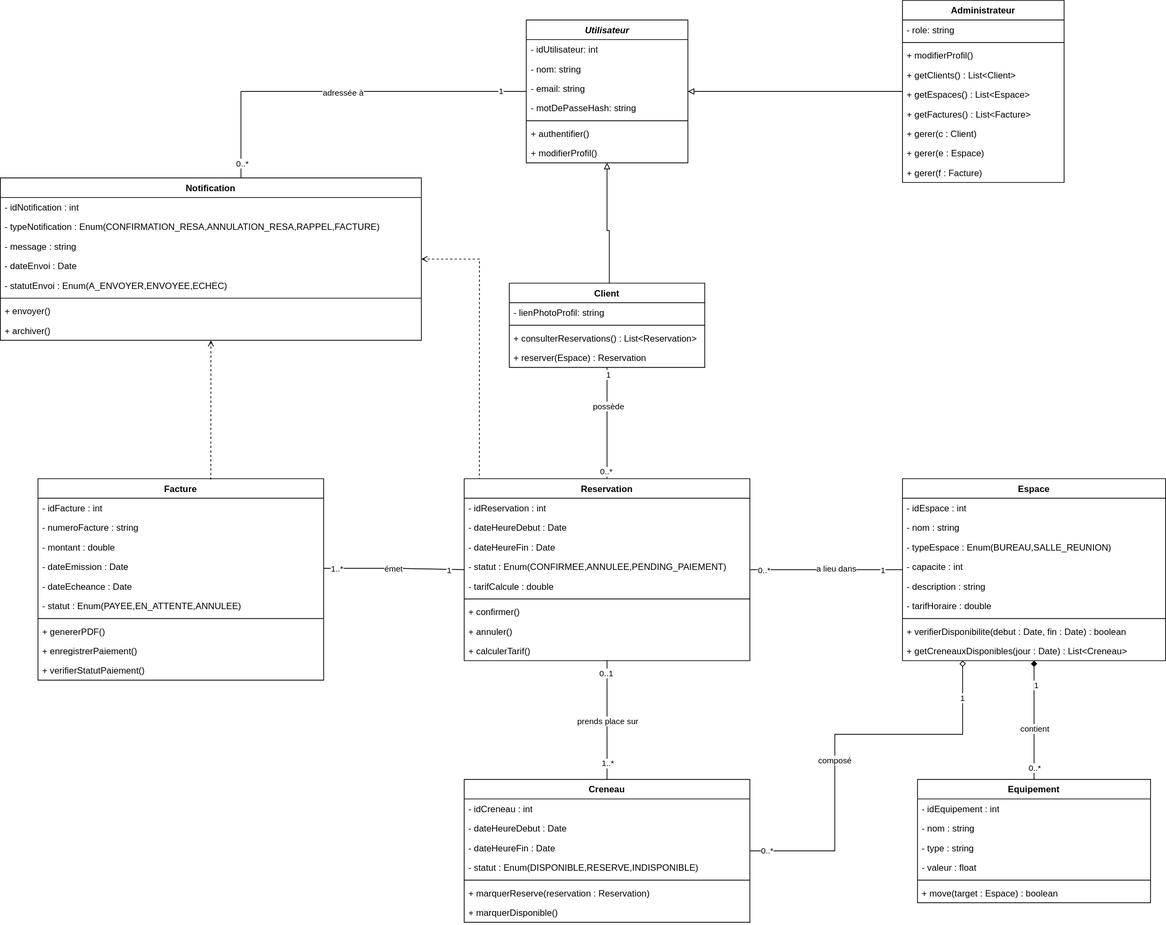
Earlier version of the draw.io export img/diagramme2.svg (LaiPe/hb-exam-uml). Source tidied: cells renumbered, new cells last; positions are measured from the earlier drawing's top-left corner, leaving out a move shared by most shapes.
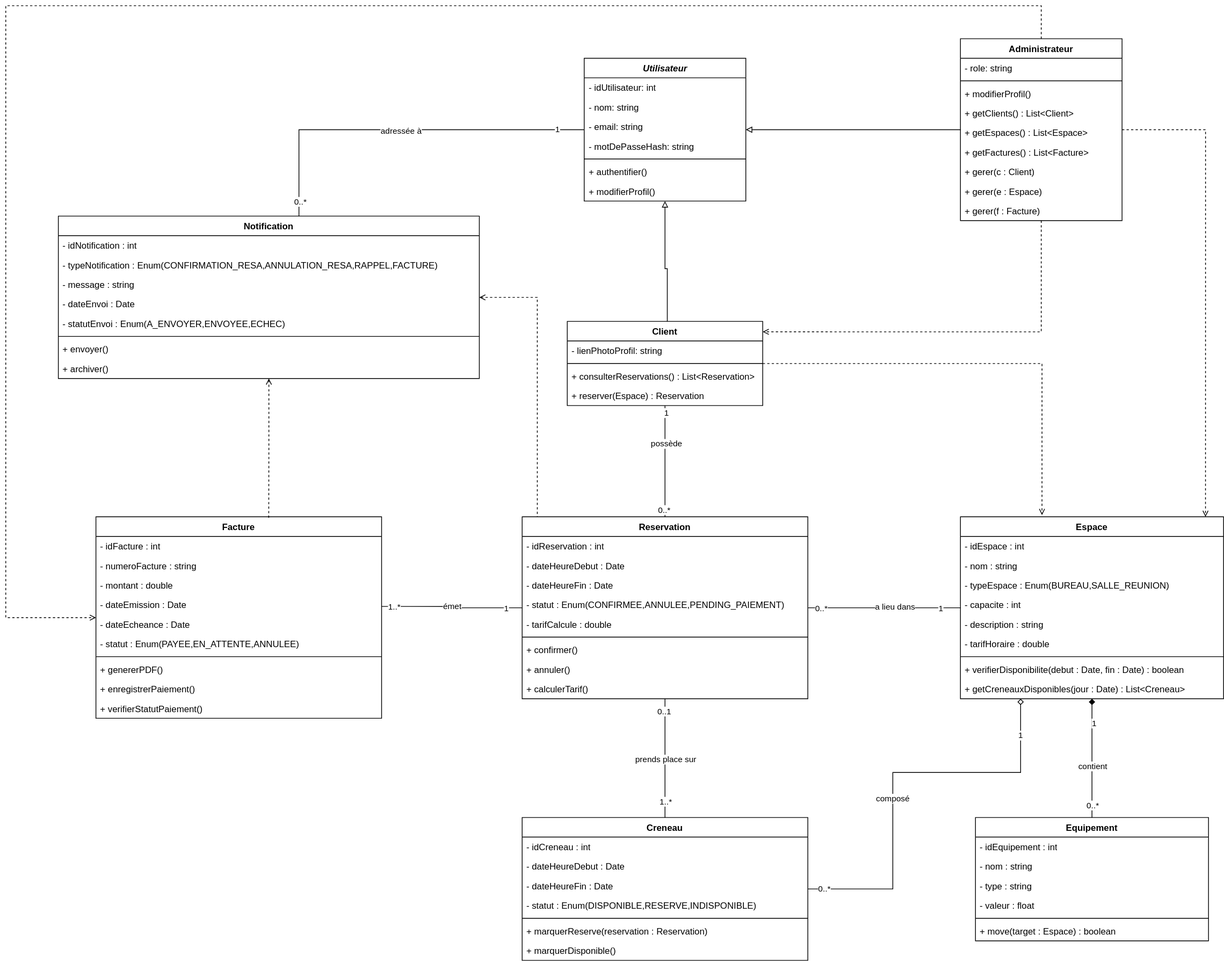
The same diagram one commit later.

Commit message:
fix: diagramme 2 dependences

Change to the diagram source:
```diff
@@ -72,6 +72,15 @@
         </Array>
       </mxGeometry>
     </mxCell>
+    <mxCell id="112" style="edgeStyle=orthogonalEdgeStyle;shape=connector;rounded=0;jettySize=auto;html=1;strokeColor=default;align=center;verticalAlign=middle;fontFamily=Helvetica;fontSize=11;fontColor=default;labelBackgroundColor=default;startFill=0;endArrow=open;dashed=1;endFill=0;" parent="1" edge="1" source="21" target="86">
+      <mxGeometry relative="1" as="geometry">
+        <Array as="points">
+          <mxPoint x="1307" y="-44" />
+          <mxPoint x="-70" y="-44" />
+          <mxPoint x="-70" y="770" />
+        </Array>
+      </mxGeometry>
+    </mxCell>
     <mxCell id="21" value="Administrateur" style="swimlane;fontStyle=1;align=center;verticalAlign=top;horizontal=1;startSize=26;whiteSpace=wrap;html=1;" parent="1" vertex="1">
       <mxGeometry x="1200" width="215" height="242" as="geometry" />
     </mxCell>
@@ -359,5 +368,23 @@
     <mxCell id="111" style="edgeStyle=orthogonalEdgeStyle;shape=connector;rounded=0;jettySize=auto;html=1;entryX=0.053;entryY=0;entryDx=0;entryDy=0;entryPerimeter=0;strokeColor=default;align=center;verticalAlign=middle;fontFamily=Helvetica;fontSize=11;fontColor=default;labelBackgroundColor=default;startFill=0;endArrow=none;endFill=0;dashed=1;startArrow=open;" parent="1" edge="1" source="101" target="56">
       <mxGeometry relative="1" as="geometry" />
     </mxCell>
+    <mxCell id="113" style="edgeStyle=orthogonalEdgeStyle;shape=connector;rounded=0;jettySize=auto;html=1;entryX=0.31;entryY=-0.01;entryDx=0;entryDy=0;entryPerimeter=0;strokeColor=default;align=center;verticalAlign=middle;fontFamily=Helvetica;fontSize=11;fontColor=default;labelBackgroundColor=default;startFill=0;endArrow=open;endFill=0;dashed=1;" parent="1" edge="1" source="15" target="31">
+      <mxGeometry relative="1" as="geometry" />
+    </mxCell>
+    <mxCell id="114" style="edgeStyle=orthogonalEdgeStyle;shape=connector;rounded=0;jettySize=auto;html=1;entryX=1;entryY=0.124;entryDx=0;entryDy=0;entryPerimeter=0;strokeColor=default;align=center;verticalAlign=middle;fontFamily=Helvetica;fontSize=11;fontColor=default;labelBackgroundColor=default;startFill=0;endArrow=open;dashed=1;endFill=0;" parent="1" edge="1" source="21" target="15">
+      <mxGeometry relative="1" as="geometry">
+        <Array as="points">
+          <mxPoint x="1307" y="390" />
+        </Array>
+      </mxGeometry>
+    </mxCell>
+    <mxCell id="115" style="edgeStyle=orthogonalEdgeStyle;shape=connector;rounded=0;jettySize=auto;html=1;strokeColor=default;align=center;verticalAlign=middle;fontFamily=Helvetica;fontSize=11;fontColor=default;labelBackgroundColor=default;startFill=0;endArrow=open;endFill=0;dashed=1;" parent="1" edge="1" source="21">
+      <mxGeometry relative="1" as="geometry">
+        <mxPoint x="1526" y="636" as="targetPoint" />
+        <Array as="points">
+          <mxPoint x="1526" y="121" />
+        </Array>
+      </mxGeometry>
+    </mxCell>
   </root>
 </mxGraphModel>
```
